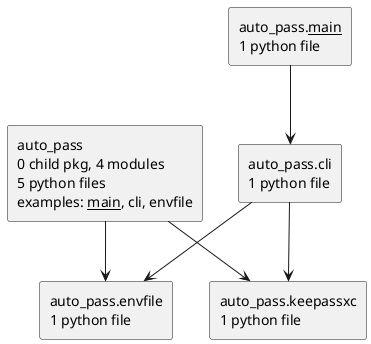
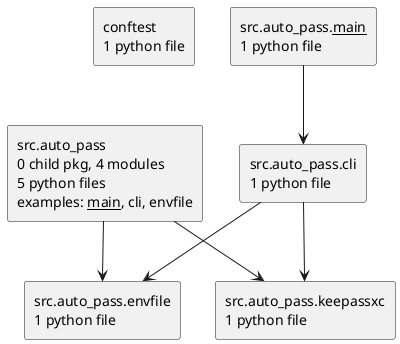
@startuml packages_auto-pass
set namespaceSeparator none
top to bottom direction
skinparam componentStyle rectangle
- rectangle "auto_pass\n0 child pkg, 4 modules\n5 python files\nexamples: __main__, cli, envfile" as auto_pass
- rectangle "auto_pass.__main__\n1 python file" as auto_pass.__main__
- rectangle "auto_pass.cli\n1 python file" as auto_pass.cli
- rectangle "auto_pass.envfile\n1 python file" as auto_pass.envfile
- rectangle "auto_pass.keepassxc\n1 python file" as auto_pass.keepassxc
- auto_pass --> auto_pass.envfile
- auto_pass --> auto_pass.keepassxc
- auto_pass.__main__ --> auto_pass.cli
- auto_pass.cli --> auto_pass.envfile
- auto_pass.cli --> auto_pass.keepassxc
+ rectangle "conftest\n1 python file" as conftest
+ rectangle "src.auto_pass\n0 child pkg, 4 modules\n5 python files\nexamples: __main__, cli, envfile" as src.auto_pass
+ rectangle "src.auto_pass.__main__\n1 python file" as src.auto_pass.__main__
+ rectangle "src.auto_pass.cli\n1 python file" as src.auto_pass.cli
+ rectangle "src.auto_pass.envfile\n1 python file" as src.auto_pass.envfile
+ rectangle "src.auto_pass.keepassxc\n1 python file" as src.auto_pass.keepassxc
+ src.auto_pass --> src.auto_pass.envfile
+ src.auto_pass --> src.auto_pass.keepassxc
+ src.auto_pass.__main__ --> src.auto_pass.cli
+ src.auto_pass.cli --> src.auto_pass.envfile
+ src.auto_pass.cli --> src.auto_pass.keepassxc
@enduml
